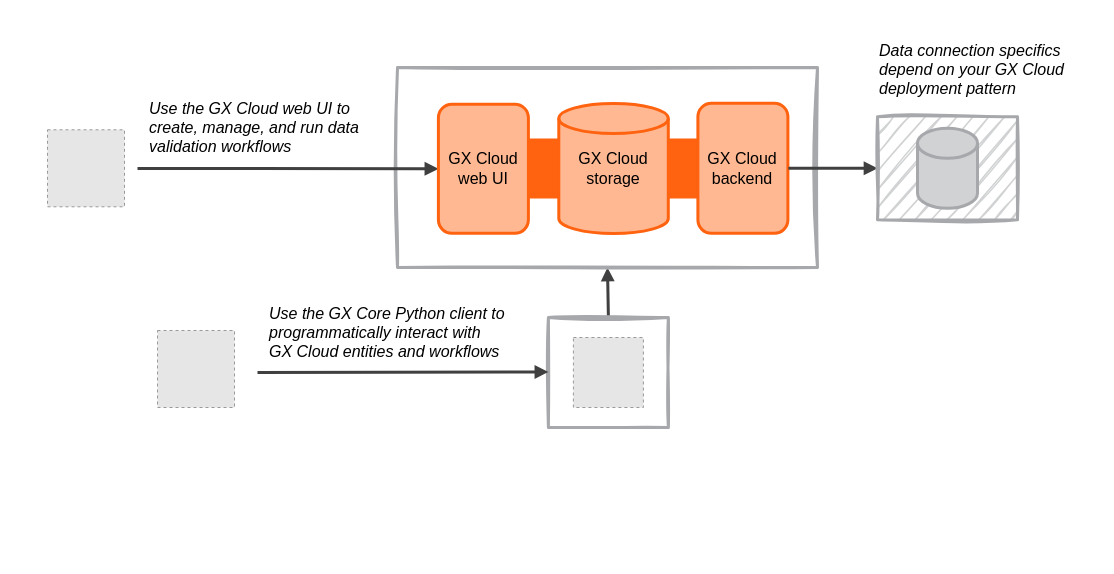
great-expectations/great_expectations keeps this draw.io diagram as page "arch" (2 of 2) of docs/docusaurus/docs/cloud/overview/overview_images/gx_cloud_overview_images.drawio. Above is the earlier version. Source tidied: cells renumbered, new cells numbered last; positions are measured from the earlier drawing's top-left corner, leaving out a move shared by most shapes. Both pictures are drawn from the tidied source at 100%, with x=0, y=0 at pixel (17, 17). Pictures stored in the file or linked from it are replaced by grey dashed boxes.
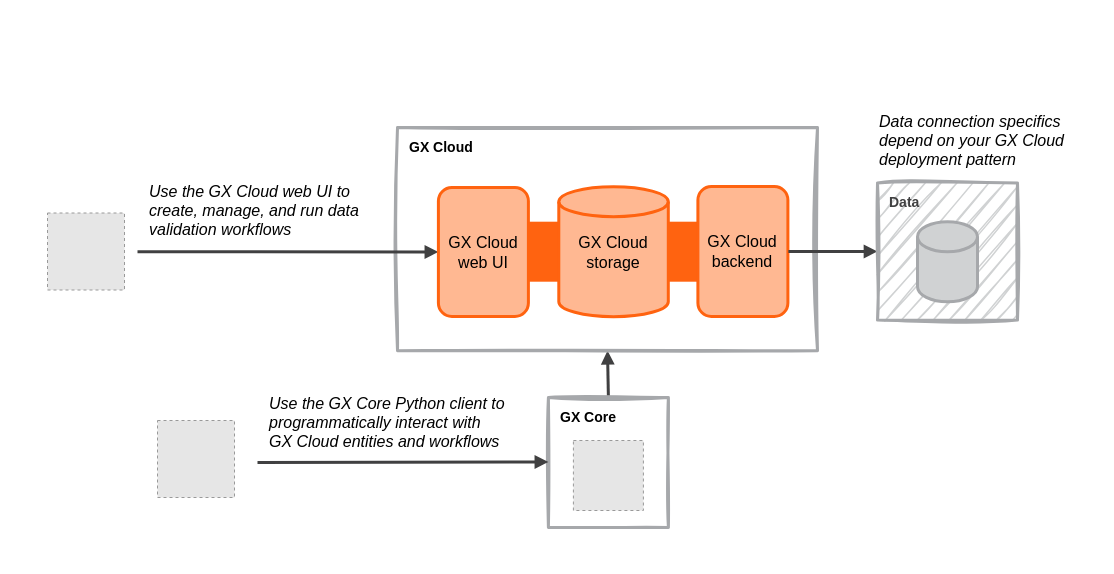
The same diagram, later.

Diff of the diagram source:
```diff
@@
     <mxCell id="2" style="rounded=0;whiteSpace=wrap;html=1;strokeColor=none;opacity=33;fontSize=16;" parent="1" vertex="1">
-      <mxGeometry width="1080" height="440" as="geometry" />
+      <mxGeometry y="80" width="1080" height="460" as="geometry" />
     </mxCell>
@@
     <mxCell id="4" style="rounded=0;whiteSpace=wrap;html=1;strokeColor=#A6A8AB;fillColor=none;fontSize=14;sketch=1;curveFitting=1;jiggle=2;strokeWidth=3;" parent="1" vertex="1">
-      <mxGeometry x="530.9" y="300" width="120" height="110" as="geometry" />
+      <mxGeometry x="530.9" y="380" width="120" height="130" as="geometry" />
     </mxCell>
     <mxCell id="5" style="rounded=0;whiteSpace=wrap;html=1;strokeColor=#A6A8AB;fillColor=none;fontSize=14;sketch=1;curveFitting=1;jiggle=2;strokeWidth=3;" parent="1" vertex="1">
-      <mxGeometry x="380" y="50" width="420" height="200" as="geometry" />
+      <mxGeometry x="380" y="110" width="420" height="223.2" as="geometry" />
     </mxCell>
     <mxCell id="6" style="fillColor=#E6E6E6;strokeColor=#999999;dashed=1;verticalLabelPosition=bottom;labelBackgroundColor=default;verticalAlign=top;" parent="1" vertex="1">
-      <mxGeometry x="30" y="112.3" width="77" height="77" as="geometry" />
+      <mxGeometry x="30" y="195.5" width="77" height="77" as="geometry" />
     </mxCell>
     <mxCell id="7" style="rounded=0;whiteSpace=wrap;html=1;fillColor=#FF6310;strokeColor=none;" parent="1" vertex="1">
-      <mxGeometry x="510.1" y="121" width="170.3" height="60" as="geometry" />
+      <mxGeometry x="510.1" y="204.2" width="170.3" height="60" as="geometry" />
     </mxCell>
     <mxCell id="8" value="&lt;font style=&quot;font-size: 16px;&quot;&gt;GX Cloud backend&lt;/font&gt;" style="rounded=1;whiteSpace=wrap;html=1;strokeWidth=3;fillColor=#FFB892;fontSize=14;strokeColor=#ff6310;" parent="1" vertex="1">
-      <mxGeometry x="680.4" y="85.8" width="90" height="130" as="geometry" />
+      <mxGeometry x="680.4" y="169" width="90" height="130" as="geometry" />
     </mxCell>
     <mxCell id="9" style="shape=cylinder3;whiteSpace=wrap;html=1;boundedLbl=1;backgroundOutline=1;size=15;strokeWidth=3;fillColor=#ffb892;fontSize=14;strokeColor=#FF6310;" parent="1" vertex="1">
-      <mxGeometry x="541.3" y="86" width="109.5" height="130" as="geometry" />
+      <mxGeometry x="541.3" y="169.2" width="109.5" height="130" as="geometry" />
     </mxCell>
     <mxCell id="10" value="&lt;font style=&quot;font-size: 16px;&quot;&gt;GX Cloud storage&lt;/font&gt;" style="text;html=1;strokeColor=none;fillColor=none;align=center;verticalAlign=middle;whiteSpace=wrap;rounded=0;fontSize=14;" parent="1" vertex="1">
-      <mxGeometry x="556.1" y="126.3" width="80" height="50" as="geometry" />
+      <mxGeometry x="556.1" y="209.5" width="80" height="50" as="geometry" />
     </mxCell>
     <mxCell id="11" style="fillColor=#E6E6E6;strokeColor=#999999;dashed=1;verticalLabelPosition=bottom;labelBackgroundColor=default;verticalAlign=top;" parent="1" vertex="1">
-      <mxGeometry x="555.9" y="320" width="70" height="70" as="geometry" />
+      <mxGeometry x="555.9" y="423" width="70" height="70" as="geometry" />
     </mxCell>
     <mxCell id="12" value="Use the GX Cloud web UI to create, manage, and run data validation workflows" style="text;html=1;align=left;verticalAlign=middle;whiteSpace=wrap;rounded=0;fontSize=16;fontStyle=2;" parent="1" vertex="1">
-      <mxGeometry x="130" y="80" width="230" height="60" as="geometry" />
+      <mxGeometry x="130" y="163.2" width="230" height="60" as="geometry" />
     </mxCell>
     <mxCell id="13" style="rounded=0;jettySize=auto;html=1;endArrow=block;endFill=1;fontSize=14;strokeWidth=3;jumpStyle=none;strokeColor=#404041;entryX=0;entryY=0.5;entryDx=0;entryDy=0;" parent="1" edge="1" target="20">
       <mxGeometry relative="1" as="geometry">
-        <mxPoint x="770.9" y="150.8" as="sourcePoint" />
+        <mxPoint x="770.9" y="234" as="sourcePoint" />
       </mxGeometry>
     </mxCell>
     <mxCell id="14" value="Data connection specifics depend on your GX Cloud deployment pattern" style="text;html=1;align=left;verticalAlign=middle;whiteSpace=wrap;rounded=0;fontSize=16;fontStyle=2;" parent="1" vertex="1">
-      <mxGeometry x="860" y="16.8" width="210" height="70" as="geometry" />
+      <mxGeometry x="860" y="88" width="210" height="70" as="geometry" />
     </mxCell>
     <mxCell id="15" value="Use the GX Core Python client to programmatically interact with&lt;br&gt;GX Cloud entities and workflows" style="text;html=1;align=left;verticalAlign=middle;whiteSpace=wrap;rounded=0;fontSize=16;fontStyle=2;" parent="1" vertex="1">
-      <mxGeometry x="250" y="280" width="250" height="70" as="geometry" />
+      <mxGeometry x="250" y="370" width="250" height="70" as="geometry" />
     </mxCell>
     <mxCell id="16" style="fillColor=#E6E6E6;strokeColor=#999999;dashed=1;verticalLabelPosition=bottom;labelBackgroundColor=default;verticalAlign=top;" parent="1" vertex="1">
-      <mxGeometry x="140" y="313" width="77" height="77" as="geometry" />
+      <mxGeometry x="140" y="403" width="77" height="77" as="geometry" />
     </mxCell>
     <mxCell id="17" style="rounded=0;orthogonalLoop=1;jettySize=auto;html=1;endArrow=block;endFill=1;fontSize=14;strokeWidth=3;jumpStyle=none;strokeColor=#404041;" parent="1" edge="1">
       <mxGeometry relative="1" as="geometry">
-        <mxPoint x="240" y="355" as="sourcePoint" />
-        <mxPoint x="530.9" y="354.5" as="targetPoint" />
+        <mxPoint x="240" y="445" as="sourcePoint" />
+        <mxPoint x="530.9" y="444.5" as="targetPoint" />
       </mxGeometry>
     </mxCell>
     <mxCell id="18" style="rounded=0;jettySize=auto;html=1;endArrow=block;endFill=1;fontSize=14;strokeWidth=3;jumpStyle=none;strokeColor=#404041;entryX=0;entryY=0.5;entryDx=0;entryDy=0;" parent="1" edge="1" target="19">
       <mxGeometry relative="1" as="geometry">
-        <mxPoint x="120" y="151" as="sourcePoint" />
+        <mxPoint x="120" y="234.2" as="sourcePoint" />
       </mxGeometry>
     </mxCell>
     <mxCell id="19" value="&lt;font style=&quot;font-size: 16px;&quot;&gt;GX Cloud&lt;br style=&quot;&quot;&gt;web UI&lt;/font&gt;" style="rounded=1;whiteSpace=wrap;html=1;strokeWidth=3;fillColor=#FFB892;fontSize=14;strokeColor=#ff6310;shadow=0;glass=0;" parent="1" vertex="1">
-      <mxGeometry x="420.9" y="86.8" width="90" height="129" as="geometry" />
+      <mxGeometry x="420.9" y="170" width="90" height="129" as="geometry" />
     </mxCell>
     <mxCell id="20" style="rounded=0;whiteSpace=wrap;html=1;strokeColor=#A6A8AB;fillColor=#D0D2D3;fontSize=14;sketch=1;curveFitting=1;jiggle=2;strokeWidth=3;" parent="1" vertex="1">
-      <mxGeometry x="860" y="99.3" width="140" height="103" as="geometry" />
+      <mxGeometry x="860" y="165.4" width="140" height="137.2" as="geometry" />
     </mxCell>
     <mxCell id="21" style="shape=cylinder3;whiteSpace=wrap;html=1;boundedLbl=1;backgroundOutline=1;size=15;fillColor=#D0D2D3;strokeColor=#A6A8AB;strokeWidth=3;" parent="1" vertex="1">
-      <mxGeometry x="900" y="110.8" width="60" height="80" as="geometry" />
+      <mxGeometry x="900" y="204.2" width="60" height="80" as="geometry" />
     </mxCell>
+    <mxCell id="22" value="&lt;b style=&quot;font-size: 14px;&quot;&gt;&lt;font style=&quot;font-size: 14px;&quot;&gt;GX Cloud&lt;/font&gt;&lt;/b&gt;" style="text;html=1;strokeColor=none;fillColor=none;align=left;verticalAlign=middle;whiteSpace=wrap;rounded=0;spacing=8;fontSize=14;spacingLeft=4;" parent="1" vertex="1">
+      <mxGeometry x="380" y="110" width="100" height="40" as="geometry" />
+    </mxCell>
+    <mxCell id="23" value="&lt;b style=&quot;font-size: 14px;&quot;&gt;&lt;font style=&quot;font-size: 14px;&quot;&gt;GX Core&lt;/font&gt;&lt;/b&gt;" style="text;html=1;strokeColor=none;fillColor=none;align=left;verticalAlign=middle;whiteSpace=wrap;rounded=0;spacing=8;fontSize=14;spacingLeft=4;" parent="1" vertex="1">
+      <mxGeometry x="530.9" y="380" width="100" height="40" as="geometry" />
+    </mxCell>
+    <mxCell id="24" value="&lt;b style=&quot;font-size: 14px;&quot;&gt;&lt;font color=&quot;#404041&quot; style=&quot;font-size: 14px;&quot;&gt;Data&lt;/font&gt;&lt;/b&gt;" style="text;html=1;strokeColor=none;fillColor=none;align=left;verticalAlign=middle;whiteSpace=wrap;rounded=0;spacing=8;fontSize=14;spacingLeft=4;" parent="1" vertex="1">
+      <mxGeometry x="860" y="165.4" width="100" height="40" as="geometry" />
+    </mxCell>
```
